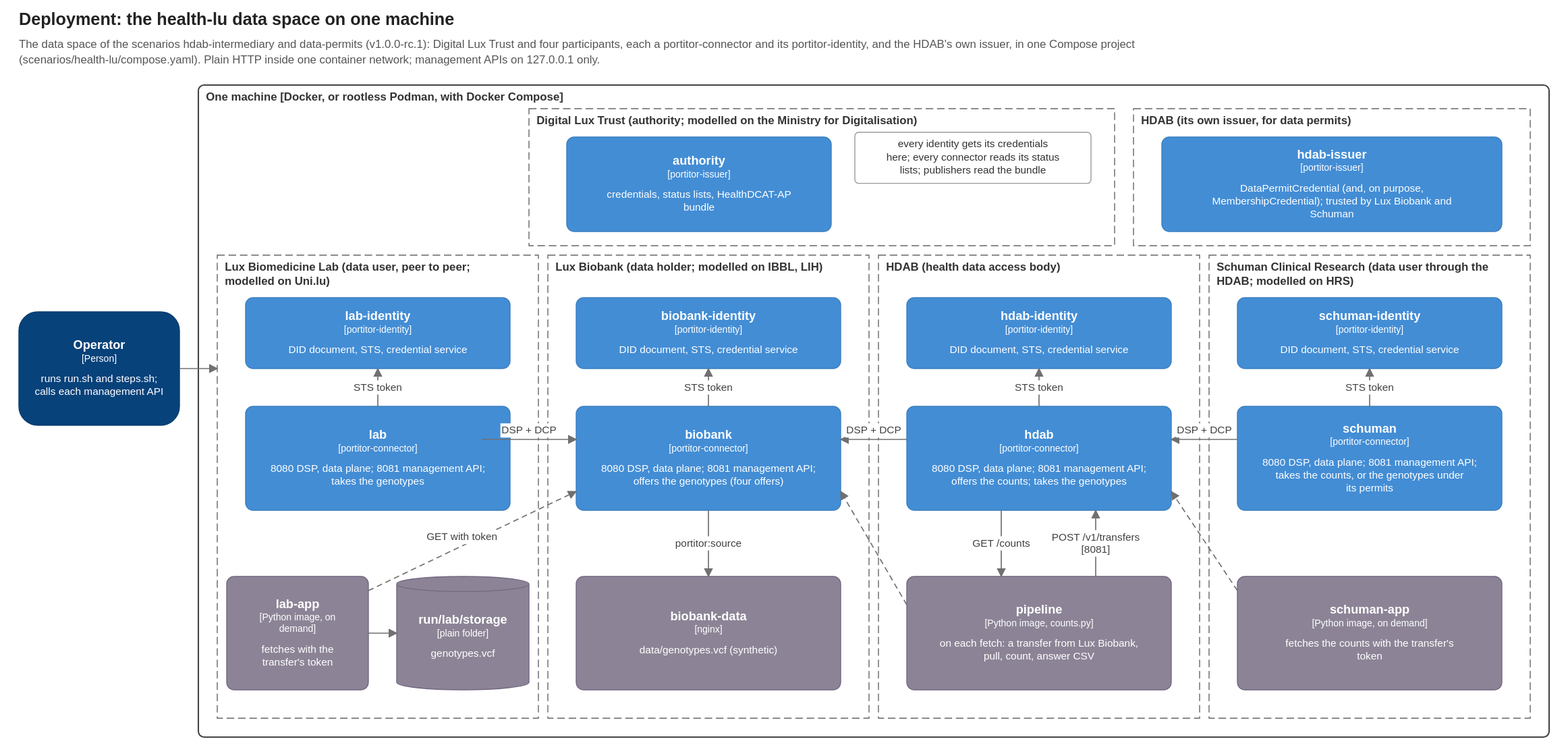
Before: scenarios/health-lu/diagrams/deployment.drawio.svg, a diagram exported from draw.io (brunopacheco1/portitor). Source tidied: cells renumbered, new cells last; positions are measured from the earlier drawing's top-left corner, leaving out a move shared by most shapes.
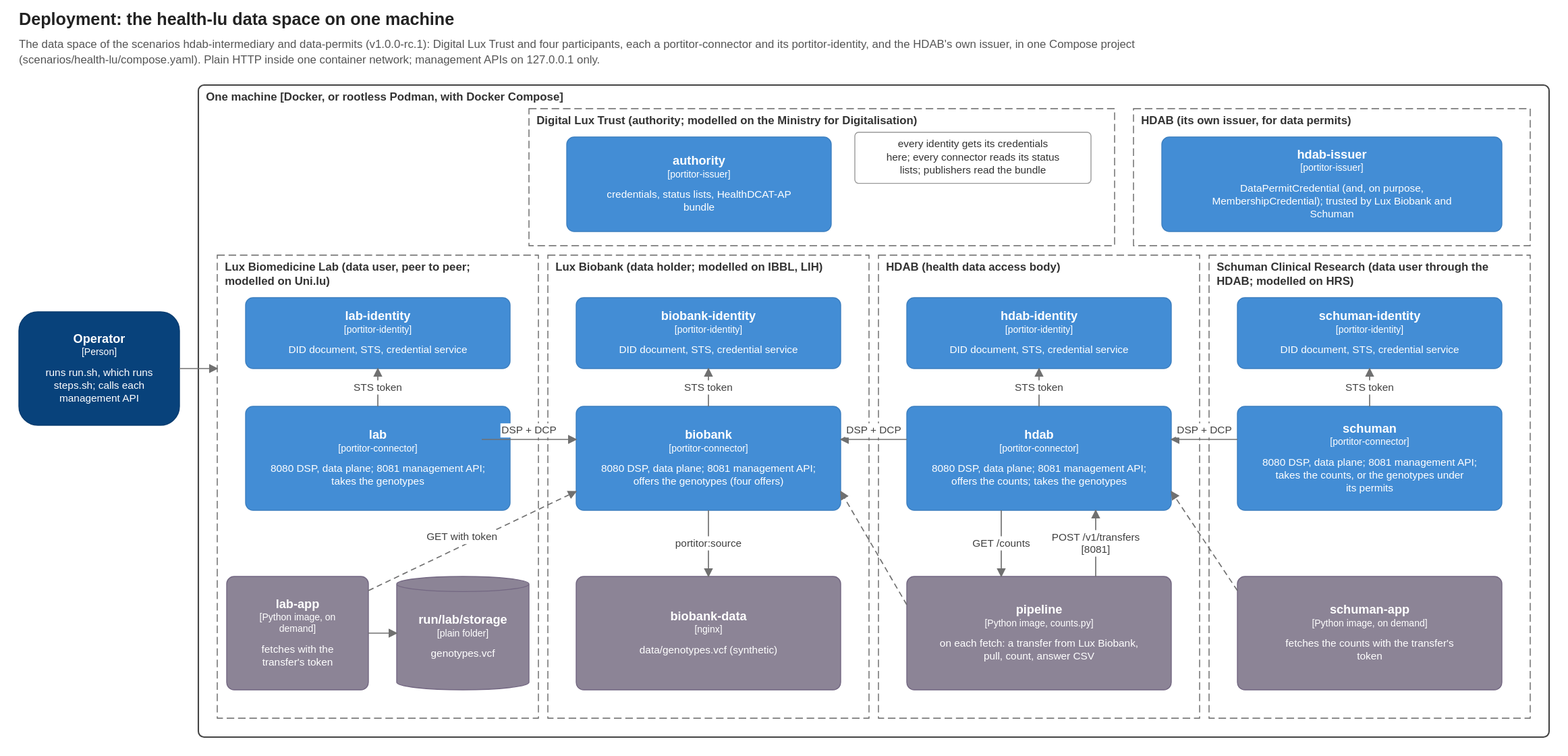
Above is the later version.

What changed in the source:
```diff
@@ -8,7 +8,7 @@
     <mxCell id="3" value="The data space of the scenarios hdab-intermediary and data-permits (v1.0.0-rc.1): Digital Lux Trust and four participants, each a portitor-connector and its portitor-identity, and the HDAB's own issuer, in one Compose project (scenarios/health-lu/compose.yaml). Plain HTTP inside one container network; management APIs on 127.0.0.1 only." style="text;html=1;align=left;verticalAlign=top;fontSize=12;fontStyle=0;fontColor=#555555;whiteSpace=wrap;" parent="1" vertex="1">
       <mxGeometry y="28" width="1620" height="36" as="geometry" />
     </mxCell>
-    <mxCell id="4" value="&lt;b&gt;Operator&lt;/b&gt;&lt;br&gt;&lt;font style=&quot;font-size:10px&quot;&gt;[Person]&lt;/font&gt;&lt;br&gt;&lt;br&gt;&lt;font style=&quot;font-size:11px&quot;&gt;runs run.sh and steps.sh; calls each management API&lt;/font&gt;" style="rounded=1;arcSize=30;whiteSpace=wrap;html=1;fillColor=#08427B;strokeColor=#073B6F;fontColor=#FFFFFF;fontSize=13;align=center;verticalAlign=middle;c4Kind=person;c4Name=Operator;" parent="1" vertex="1">
+    <mxCell id="4" value="&lt;b&gt;Operator&lt;/b&gt;&lt;br&gt;&lt;font style=&quot;font-size:10px&quot;&gt;[Person]&lt;/font&gt;&lt;br&gt;&lt;br&gt;&lt;font style=&quot;font-size:11px&quot;&gt;runs run.sh, which runs steps.sh; calls each management API&lt;/font&gt;" style="rounded=1;arcSize=30;whiteSpace=wrap;html=1;fillColor=#08427B;strokeColor=#073B6F;fontColor=#FFFFFF;fontSize=13;align=center;verticalAlign=middle;c4Kind=person;c4Name=Operator;" parent="1" vertex="1">
       <mxGeometry y="320" width="170" height="120" as="geometry" />
     </mxCell>
     <mxCell id="5" value="One machine  [Docker, or rootless Podman, with Docker Compose]" style="rounded=1;arcSize=2;whiteSpace=wrap;html=1;fillColor=none;dashed=0;strokeColor=#444444;strokeWidth=1.5;fontColor=#333333;align=left;verticalAlign=top;spacingLeft=8;spacingTop=4;fontSize=12;fontStyle=1;" parent="1" vertex="1">
```
